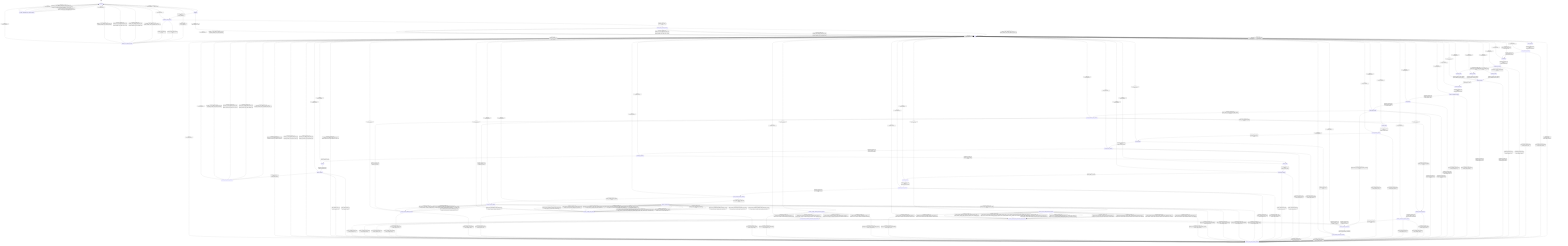
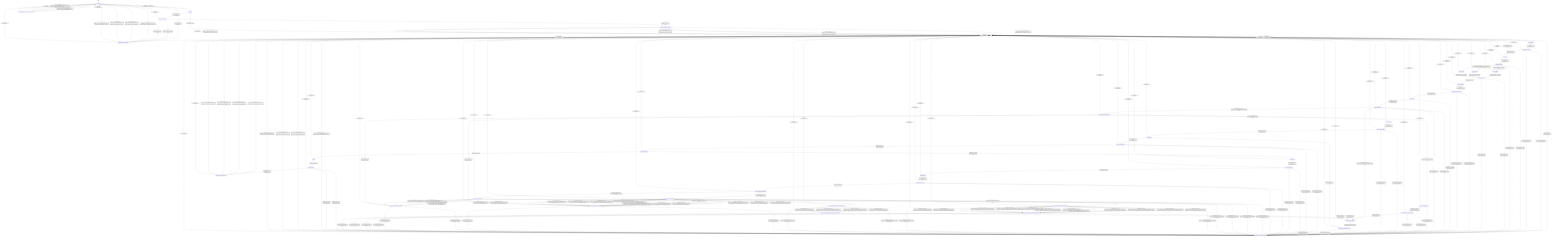
stateDiagram-v2
  direction TB
  [*] --> uninitialized
  uninitialized --> initializing : initialize_run [valid_initialize_] / none
  uninitialized --> initialize_error_channel_decision : initialize_run [invalid_initialize_] / reject_initialize_
  ready --> initializing : initialize_run [valid_initialize_] / none
  ready --> initialize_error_channel_decision : initialize_run [invalid_initialize_] / reject_initialize_
  initializing --> initializer_result_decision : completion_initialize_run_ [always] / request_initializer_
  initializer_result_decision --> initialize_done_channel_decision : completion_initialize_run_ [initialize_result_none_] / none
  initializer_result_decision --> initialize_error_channel_decision : completion_initialize_run_ [initialize_result_invalid_request_] / none
  initializer_result_decision --> initialize_error_channel_decision : completion_initialize_run_ [initialize_result_backend_] / none
  initialize_done_channel_decision --> ready : completion_initialize_run_ [initialize_done_callback_with_error_out_] / dispatch_initialize_done_with_callback_and_error_out_
  initialize_done_channel_decision --> ready : completion_initialize_run_ [initialize_done_callback_without_error_out_] / dispatch_initialize_done_with_callback_only_
  initialize_done_channel_decision --> ready : completion_initialize_run_ [initialize_no_done_callback_with_error_out_] / dispatch_initialize_done_with_error_out_only_
  initialize_done_channel_decision --> ready : completion_initialize_run_ [initialize_no_done_callback_without_error_out_] / dispatch_initialize_done_without_channels_
  initialize_error_channel_decision --> uninitialized : completion_initialize_run_ [initialize_error_callback_with_error_out_] / dispatch_initialize_error_with_callback_and_error_out_
  initialize_error_channel_decision --> uninitialized : completion_initialize_run_ [initialize_error_callback_without_error_out_] / dispatch_initialize_error_with_callback_only_
  initialize_error_channel_decision --> uninitialized : completion_initialize_run_ [initialize_no_error_callback_with_error_out_] / dispatch_initialize_error_with_error_out_only_
  initialize_error_channel_decision --> uninitialized : completion_initialize_run_ [initialize_no_error_callback_without_error_out_] / dispatch_initialize_error_without_channels_
  uninitialized --> generate_uninitialized_error_channel_decision : generate_run [always] / reject_uninitialized_generate_
  ready --> reset_sequence : generate_run [valid_generate_with_reset_] / begin_generate_
  ready --> conditioning : generate_run [valid_generate_without_reset_] / begin_generate_
  ready --> generate_ready_error_channel_decision : generate_run [invalid_generate_] / reject_invalid_generate_
  reset_sequence --> reset_sequence_decision : completion_generate_run_ [always] / request_reset_sequence_
  reset_sequence_decision --> conditioning : completion_generate_run_ [reset_sequence_ok_] / mark_sequence_clear_
  reset_sequence_decision --> generate_ready_error_channel_decision : completion_generate_run_ [reset_sequence_invalid_request_] / mark_invalid_request_
  reset_sequence_decision --> generate_ready_error_channel_decision : completion_generate_run_ [reset_sequence_backend_error_] / mark_backend_error_
  conditioning --> conditioning_decision : completion_generate_run_ [always] / request_conditioning_
  conditioning_decision --> planning_chunk8 : completion_generate_run_ [conditioning_ok_with_chunk8_prefill_] / none
  conditioning_decision --> planning_chunk4 : completion_generate_run_ [conditioning_ok_with_chunk4_prefill_] / none
  conditioning_decision --> planning_scalar : completion_generate_run_ [conditioning_ok_with_scalar_prefill_] / none
  conditioning_decision --> generate_ready_error_channel_decision : completion_generate_run_ [conditioning_invalid_request_] / mark_invalid_request_
  conditioning_decision --> generate_ready_error_channel_decision : completion_generate_run_ [conditioning_backend_error_] / mark_backend_error_
  planning_chunk8 --> planning_decision : completion_generate_run_ [always] / request_planning_with_step_size_8__
  planning_chunk4 --> planning_decision : completion_generate_run_ [always] / request_planning_with_step_size_4__
  planning_scalar --> planning_decision : completion_generate_run_ [always] / request_planning_with_step_size_1__
  planning_decision --> sequence_allocating : completion_generate_run_ [planning_ok_] / none
  planning_decision --> generate_ready_error_channel_decision : completion_generate_run_ [planning_invalid_request_] / mark_invalid_request_
  planning_decision --> generate_ready_error_channel_decision : completion_generate_run_ [planning_backend_error_] / mark_backend_error_
  sequence_allocating --> sequence_allocating_decision : completion_generate_run_ [always] / request_allocate_sequence_
  sequence_allocating_decision --> prefill_running : completion_generate_run_ [allocate_sequence_ok_] / mark_sequence_live_
  sequence_allocating_decision --> generate_ready_error_channel_decision : completion_generate_run_ [allocate_sequence_invalid_request_] / mark_invalid_request_
  sequence_allocating_decision --> generate_ready_error_channel_decision : completion_generate_run_ [allocate_sequence_backend_error_] / mark_backend_error_
  prefill_running --> prefill_result_decision : completion_generate_run_ [prefill_dispatch_available_] / request_prefill_
  prefill_running --> generate_ready_error_channel_decision : completion_generate_run_ [prefill_dispatch_unavailable_] / mark_backend_error_
  prefill_result_decision --> decode_selection_mode_decision : completion_generate_run_ [prefill_result_ok_with_materialized_logits_contract_] / none
  prefill_result_decision --> decode_sample_preselected : completion_generate_run_ [prefill_result_ok_with_preselected_argmax_contract_] / none
  prefill_result_decision --> generate_ready_error_channel_decision : completion_generate_run_ [prefill_result_invalid_request_] / none
  prefill_result_decision --> generate_ready_error_channel_decision : completion_generate_run_ [prefill_result_backend_error_] / none
  decode_selection_mode_decision --> decode_sample : completion_generate_run_ [decode_uses_materialized_logits_] / none
  decode_selection_mode_decision --> decode_preselected_argmax : completion_generate_run_ [decode_uses_preselected_argmax_] / none
  decode_sample --> decode_sample_decision : completion_generate_run_ [always] / request_decode_sample_
  decode_preselected_argmax --> decode_preselected_argmax_decision : completion_generate_run_ [decode_argmax_ready_] / request_decode_select_argmax_
  decode_preselected_argmax --> generate_ready_error_channel_decision : completion_generate_run_ [decode_argmax_invalid_request_] / mark_invalid_request_
  decode_preselected_argmax_decision --> decode_sample_preselected : completion_generate_run_ [decode_sample_ok_] / none
  decode_preselected_argmax_decision --> generate_ready_error_channel_decision : completion_generate_run_ [decode_sample_invalid_request_] / mark_invalid_request_
  decode_preselected_argmax_decision --> generate_ready_error_channel_decision : completion_generate_run_ [decode_sample_backend_error_] / mark_backend_error_
  decode_sample_preselected --> decode_sample_preselected_decision : completion_generate_run_ [always] / request_decode_sample_preselected_
  decode_sample_decision --> decode_render : completion_generate_run_ [decode_sample_ok_] / none
  decode_sample_preselected_decision --> decode_render : completion_generate_run_ [decode_sample_ok_] / none
  decode_sample_decision --> generate_ready_error_channel_decision : completion_generate_run_ [decode_sample_invalid_request_] / mark_invalid_request_
  decode_sample_decision --> generate_ready_error_channel_decision : completion_generate_run_ [decode_sample_backend_error_] / mark_backend_error_
  decode_sample_preselected_decision --> generate_ready_error_channel_decision : completion_generate_run_ [decode_sample_invalid_request_] / mark_invalid_request_
  decode_sample_preselected_decision --> generate_ready_error_channel_decision : completion_generate_run_ [decode_sample_backend_error_] / mark_backend_error_
  decode_render --> decode_render_decision : completion_generate_run_ [always] / request_decode_render_
  decode_render_decision --> decode_loop_decision : completion_generate_run_ [decode_render_ok_] / commit_render_output_
  decode_render_decision --> generate_ready_error_channel_decision : completion_generate_run_ [decode_render_invalid_request_] / mark_invalid_request_
  decode_render_decision --> generate_ready_error_channel_decision : completion_generate_run_ [decode_render_backend_error_] / mark_backend_error_
  decode_loop_decision --> decode_slots : completion_generate_run_ [decode_should_continue_] / none
  decode_loop_decision --> flushing : completion_generate_run_ [decode_complete_] / none
  decode_slots --> decode_slots_decision : completion_generate_run_ [always] / request_decode_slots_
  decode_slots_decision --> snapshot_decode : completion_generate_run_ [decode_slots_ok_] / none
  decode_slots_decision --> generate_ready_error_channel_decision : completion_generate_run_ [decode_slots_invalid_request_] / mark_invalid_request_
  decode_slots_decision --> generate_ready_error_channel_decision : completion_generate_run_ [decode_slots_backend_error_] / mark_backend_error_
  snapshot_decode --> snapshot_decode_decision : completion_generate_run_ [always] / request_memory_snapshot_
  snapshot_decode_decision --> decode_compute_runtime_decision : completion_generate_run_ [decode_snapshot_ok_] / none
  snapshot_decode_decision --> generate_ready_error_channel_decision : completion_generate_run_ [decode_snapshot_invalid_request_] / mark_invalid_request_
  snapshot_decode_decision --> generate_ready_error_channel_decision : completion_generate_run_ [decode_snapshot_backend_error_] / mark_backend_error_
  decode_compute_runtime_decision --> decode_compute_flash : completion_generate_run_ [decode_flash_runtime_supported_] / none
  decode_compute_runtime_decision --> decode_compute_nonflash : completion_generate_run_ [decode_nonflash_runtime_required_] / none
  decode_compute_flash --> generate_ready_error_channel_decision : completion_generate_run_ [guard_decode_compute_invalid_request_] / mark_invalid_request_
  decode_compute_flash --> generate_ready_error_channel_decision : completion_generate_run_ [guard_decode_compute_backend_unavailable_] / mark_backend_error_
  decode_compute_flash --> decode_compute_flash_preselected_argmax : completion_generate_run_ [guard_decode_preselected_direct_ready_] / none
+   decode_compute_flash --> decode_compute_flash_decision : completion_generate_run_ [guard_decode_materialized_streamed_scalar_packed_q8_0_ready_] / request_decode_compute_flash_packed_q8_0_streamed_
+   decode_compute_flash --> decode_compute_flash_decision : completion_generate_run_ [guard_decode_materialized_streamed_scalar_q8_k_ready_] / request_decode_compute_flash_q8_k_streamed_
  decode_compute_flash --> decode_compute_flash_decision : completion_generate_run_ [guard_decode_materialized_parallel_scalar_packed_q8_0_ready_] / request_decode_compute_flash_parallel_packed_q8_0_
  decode_compute_flash --> decode_compute_flash_decision : completion_generate_run_ [guard_decode_materialized_scalar_packed_q8_0_ready_] / request_decode_compute_flash_packed_q8_0_
  decode_compute_flash --> decode_compute_flash_decision : completion_generate_run_ [guard_decode_materialized_parallel_scalar_q8_k_ready_] / request_decode_compute_flash_parallel_q8_k_
  decode_compute_flash --> decode_compute_flash_decision : completion_generate_run_ [guard_decode_materialized_scalar_q8_k_ready_] / request_decode_compute_flash_q8_k_
  decode_compute_flash --> decode_compute_flash_decision : completion_generate_run_ [guard_decode_materialized_streamed_scalar_native_quantized_q8_k_ready_] / request_decode_compute_flash_native_quantized_q8_k_logits_streamed_
  decode_compute_flash --> decode_compute_flash_decision : completion_generate_run_ [guard_decode_materialized_parallel_scalar_native_quantized_q8_k_ready_] / request_decode_compute_flash_parallel_native_quantized_q8_k_logits_
  decode_compute_flash --> decode_compute_flash_decision : completion_generate_run_ [guard_decode_materialized_scalar_native_quantized_q8_k_ready_] / request_decode_compute_flash_native_quantized_q8_k_logits_
  decode_compute_flash --> decode_compute_flash_decision : completion_generate_run_ [guard_decode_materialized_streamed_scalar_native_quantized_ready_] / request_decode_compute_flash_native_quantized_streamed_
  decode_compute_flash --> decode_compute_flash_decision : completion_generate_run_ [guard_decode_materialized_parallel_scalar_native_quantized_kernel_ready_] / request_decode_compute_flash_parallel_native_quantized_
  decode_compute_flash --> decode_compute_flash_decision : completion_generate_run_ [guard_decode_materialized_scalar_native_quantized_kernel_ready_] / request_decode_compute_flash_native_quantized_
  decode_compute_flash --> decode_compute_flash_decision : completion_generate_run_ [guard_decode_materialized_streamed_scalar_kernel_ready_] / request_decode_compute_flash_kernel_streamed_
  decode_compute_flash --> decode_compute_flash_decision : completion_generate_run_ [guard_decode_materialized_parallel_scalar_kernel_ready_] / request_decode_compute_flash_parallel_kernel_
  decode_compute_flash --> decode_compute_flash_decision : completion_generate_run_ [guard_decode_materialized_scalar_kernel_ready_] / request_decode_compute_flash_kernel_
  decode_compute_nonflash --> generate_ready_error_channel_decision : completion_generate_run_ [guard_decode_compute_invalid_request_] / mark_invalid_request_
  decode_compute_nonflash --> generate_ready_error_channel_decision : completion_generate_run_ [guard_decode_compute_backend_unavailable_] / mark_backend_error_
  decode_compute_nonflash --> decode_compute_nonflash_preselected_argmax : completion_generate_run_ [guard_decode_preselected_direct_ready_] / none
  decode_compute_nonflash --> decode_compute_nonflash_decision : completion_generate_run_ [guard_decode_materialized_scalar_packed_q8_0_ready_] / request_decode_compute_nonflash_packed_q8_0_
  decode_compute_nonflash --> decode_compute_nonflash_decision : completion_generate_run_ [guard_decode_materialized_scalar_q8_k_ready_] / request_decode_compute_nonflash_q8_k_
  decode_compute_nonflash --> decode_compute_nonflash_decision : completion_generate_run_ [guard_decode_materialized_scalar_native_quantized_q8_k_ready_] / request_decode_compute_nonflash_native_quantized_q8_k_logits_
  decode_compute_nonflash --> decode_compute_nonflash_decision : completion_generate_run_ [guard_decode_materialized_scalar_native_quantized_kernel_ready_] / request_decode_compute_nonflash_native_quantized_
  decode_compute_nonflash --> decode_compute_nonflash_decision : completion_generate_run_ [guard_decode_materialized_scalar_kernel_ready_] / request_decode_compute_nonflash_kernel_
  decode_compute_flash_preselected_argmax --> generate_ready_error_channel_decision : completion_generate_run_ [guard_decode_preselected_compute_invalid_request_] / mark_invalid_request_
  decode_compute_flash_preselected_argmax --> generate_ready_error_channel_decision : completion_generate_run_ [guard_decode_compute_backend_unavailable_] / mark_backend_error_
  decode_compute_flash_preselected_argmax --> decode_compute_flash_preselected_argmax_decision : completion_generate_run_ [guard_decode_preselected_argmax_q8_k_streamed_ready_] / request_decode_compute_flash_preselected_argmax_q8_k_streamed_
  decode_compute_flash_preselected_argmax --> decode_compute_flash_preselected_argmax_decision : completion_generate_run_ [guard_decode_preselected_argmax_native_quantized_q8_k_streamed_ready_] / request_decode_compute_flash_preselected_argmax_native_quantized_q8_k_streamed_
  decode_compute_flash_preselected_argmax --> decode_compute_flash_preselected_argmax_decision : completion_generate_run_ [guard_decode_preselected_argmax_native_quantized_kernel_streamed_ready_] / request_decode_compute_flash_preselected_argmax_native_quantized_kernel_streamed_
  decode_compute_flash_preselected_argmax --> decode_compute_flash_preselected_argmax_decision : completion_generate_run_ [guard_decode_preselected_argmax_kernel_streamed_ready_] / request_decode_compute_flash_preselected_argmax_kernel_streamed_
  decode_compute_flash_preselected_argmax --> decode_compute_flash_preselected_argmax_decision : completion_generate_run_ [guard_decode_preselected_parallel_argmax_q8_k_ready_] / request_decode_compute_flash_parallel_preselected_argmax_q8_k_
  decode_compute_flash_preselected_argmax --> decode_compute_flash_preselected_argmax_decision : completion_generate_run_ [guard_decode_preselected_argmax_q8_k_ready_] / request_decode_compute_flash_preselected_argmax_q8_k_
  decode_compute_flash_preselected_argmax --> decode_compute_flash_preselected_argmax_decision : completion_generate_run_ [guard_decode_preselected_parallel_argmax_native_quantized_q8_k_ready_] / request_decode_compute_flash_parallel_preselected_argmax_native_quantized_q8_k_
  decode_compute_flash_preselected_argmax --> decode_compute_flash_preselected_argmax_decision : completion_generate_run_ [guard_decode_preselected_argmax_native_quantized_q8_k_ready_] / request_decode_compute_flash_preselected_argmax_native_quantized_q8_k_
  decode_compute_flash_preselected_argmax --> decode_compute_flash_preselected_argmax_decision : completion_generate_run_ [guard_decode_preselected_parallel_argmax_native_quantized_kernel_ready_] / request_decode_compute_flash_parallel_preselected_argmax_native_quantized_kernel_
  decode_compute_flash_preselected_argmax --> decode_compute_flash_preselected_argmax_decision : completion_generate_run_ [guard_decode_preselected_argmax_native_quantized_kernel_ready_] / request_decode_compute_flash_preselected_argmax_native_quantized_kernel_
  decode_compute_flash_preselected_argmax --> decode_compute_flash_preselected_argmax_decision : completion_generate_run_ [guard_decode_preselected_parallel_argmax_kernel_ready_] / request_decode_compute_flash_parallel_preselected_argmax_kernel_
  decode_compute_flash_preselected_argmax --> decode_compute_flash_preselected_argmax_decision : completion_generate_run_ [guard_decode_preselected_argmax_kernel_ready_] / request_decode_compute_flash_preselected_argmax_kernel_
  decode_compute_nonflash_preselected_argmax --> generate_ready_error_channel_decision : completion_generate_run_ [guard_decode_preselected_compute_invalid_request_] / mark_invalid_request_
  decode_compute_nonflash_preselected_argmax --> generate_ready_error_channel_decision : completion_generate_run_ [guard_decode_compute_backend_unavailable_] / mark_backend_error_
  decode_compute_nonflash_preselected_argmax --> decode_compute_nonflash_preselected_argmax_decision : completion_generate_run_ [guard_decode_preselected_argmax_q8_k_ready_] / request_decode_compute_nonflash_preselected_argmax_q8_k_
  decode_compute_nonflash_preselected_argmax --> decode_compute_nonflash_preselected_argmax_decision : completion_generate_run_ [guard_decode_preselected_argmax_native_quantized_q8_k_ready_] / request_decode_compute_nonflash_preselected_argmax_native_quantized_q8_k_
  decode_compute_nonflash_preselected_argmax --> decode_compute_nonflash_preselected_argmax_decision : completion_generate_run_ [guard_decode_preselected_argmax_native_quantized_kernel_ready_] / request_decode_compute_nonflash_preselected_argmax_native_quantized_kernel_
  decode_compute_nonflash_preselected_argmax --> decode_compute_nonflash_preselected_argmax_decision : completion_generate_run_ [guard_decode_preselected_argmax_kernel_ready_] / request_decode_compute_nonflash_preselected_argmax_kernel_
  decode_compute_flash_decision --> decode_selection_mode_decision : completion_generate_run_ [decode_compute_ok_] / advance_kv_cache_
  decode_compute_nonflash_decision --> decode_selection_mode_decision : completion_generate_run_ [decode_compute_ok_] / advance_kv_cache_
  decode_compute_flash_preselected_argmax_decision --> decode_sample_preselected : completion_generate_run_ [decode_compute_ok_] / advance_kv_cache_
  decode_compute_nonflash_preselected_argmax_decision --> decode_sample_preselected : completion_generate_run_ [decode_compute_ok_] / advance_kv_cache_
  decode_compute_flash_decision --> generate_ready_error_channel_decision : completion_generate_run_ [decode_compute_invalid_request_] / mark_invalid_request_
  decode_compute_flash_decision --> generate_ready_error_channel_decision : completion_generate_run_ [decode_compute_backend_error_] / mark_backend_error_
  decode_compute_nonflash_decision --> generate_ready_error_channel_decision : completion_generate_run_ [decode_compute_invalid_request_] / mark_invalid_request_
  decode_compute_nonflash_decision --> generate_ready_error_channel_decision : completion_generate_run_ [decode_compute_backend_error_] / mark_backend_error_
  decode_compute_flash_preselected_argmax_decision --> generate_ready_error_channel_decision : completion_generate_run_ [decode_compute_invalid_request_] / mark_invalid_request_
  decode_compute_flash_preselected_argmax_decision --> generate_ready_error_channel_decision : completion_generate_run_ [decode_compute_backend_error_] / mark_backend_error_
  decode_compute_nonflash_preselected_argmax_decision --> generate_ready_error_channel_decision : completion_generate_run_ [decode_compute_invalid_request_] / mark_invalid_request_
  decode_compute_nonflash_preselected_argmax_decision --> generate_ready_error_channel_decision : completion_generate_run_ [decode_compute_backend_error_] / mark_backend_error_
  flushing --> flushing_decision : completion_generate_run_ [always] / request_flush_
  flushing_decision --> generate_done_channel_decision : completion_generate_run_ [flush_ok_] / commit_flush_output_
  flushing_decision --> generate_ready_error_channel_decision : completion_generate_run_ [flush_invalid_request_] / mark_invalid_request_
  flushing_decision --> generate_ready_error_channel_decision : completion_generate_run_ [flush_backend_error_] / mark_backend_error_
  generate_done_channel_decision --> ready : completion_generate_run_ [generate_done_callback_with_error_out_] / dispatch_generate_done_with_callback_and_error_out_
  generate_done_channel_decision --> ready : completion_generate_run_ [generate_done_callback_without_error_out_] / dispatch_generate_done_with_callback_only_
  generate_done_channel_decision --> ready : completion_generate_run_ [generate_no_done_callback_with_error_out_] / dispatch_generate_done_with_error_out_only_
  generate_done_channel_decision --> ready : completion_generate_run_ [generate_no_done_callback_without_error_out_] / dispatch_generate_done_without_channels_
  generate_ready_error_channel_decision --> ready : completion_generate_run_ [generate_error_callback_with_error_out_] / dispatch_generate_error_with_callback_and_error_out_
  generate_ready_error_channel_decision --> ready : completion_generate_run_ [generate_error_callback_without_error_out_] / dispatch_generate_error_with_callback_only_
  generate_ready_error_channel_decision --> ready : completion_generate_run_ [generate_no_error_callback_with_error_out_] / dispatch_generate_error_with_error_out_only_
  generate_ready_error_channel_decision --> ready : completion_generate_run_ [generate_no_error_callback_without_error_out_] / dispatch_generate_error_without_channels_
  generate_uninitialized_error_channel_decision --> uninitialized : completion_generate_run_ [generate_error_callback_with_error_out_] / dispatch_generate_error_with_callback_and_error_out_
  generate_uninitialized_error_channel_decision --> uninitialized : completion_generate_run_ [generate_error_callback_without_error_out_] / dispatch_generate_error_with_callback_only_
  generate_uninitialized_error_channel_decision --> uninitialized : completion_generate_run_ [generate_no_error_callback_with_error_out_] / dispatch_generate_error_with_error_out_only_
  generate_uninitialized_error_channel_decision --> uninitialized : completion_generate_run_ [generate_no_error_callback_without_error_out_] / dispatch_generate_error_without_channels_
  uninitialized --> uninitialized : capture_diagnostics [always] / capture_diagnostics_
  ready --> ready : capture_diagnostics [always] / capture_diagnostics_
  uninitialized --> uninitialized : capture_graph_lifecycle [graph_lifecycle_runtime_tensor_unavailable_] / capture_graph_lifecycle_without_runtime_tensor_
  uninitialized --> uninitialized : capture_graph_lifecycle [graph_lifecycle_runtime_tensor_available_] / capture_graph_lifecycle_with_runtime_tensor_
  ready --> ready : capture_graph_lifecycle [graph_lifecycle_runtime_tensor_unavailable_] / capture_graph_lifecycle_without_runtime_tensor_
  ready --> ready : capture_graph_lifecycle [graph_lifecycle_runtime_tensor_available_] / capture_graph_lifecycle_with_runtime_tensor_
  uninitialized --> uninitialized : _ [always] / on_unexpected_
  ready --> ready : _ [always] / on_unexpected_
  initializing --> uninitialized : _ [always] / on_unexpected_
  initializer_result_decision --> uninitialized : _ [always] / on_unexpected_
  initialize_done_channel_decision --> ready : _ [always] / on_unexpected_
  initialize_error_channel_decision --> uninitialized : _ [always] / on_unexpected_
  reset_sequence --> ready : _ [always] / on_unexpected_
  reset_sequence_decision --> ready : _ [always] / on_unexpected_
  conditioning --> ready : _ [always] / on_unexpected_
  conditioning_decision --> ready : _ [always] / on_unexpected_
  planning_chunk8 --> ready : _ [always] / on_unexpected_
  planning_chunk4 --> ready : _ [always] / on_unexpected_
  planning_scalar --> ready : _ [always] / on_unexpected_
  planning_decision --> ready : _ [always] / on_unexpected_
  sequence_allocating --> ready : _ [always] / on_unexpected_
  sequence_allocating_decision --> ready : _ [always] / on_unexpected_
  prefill_running --> ready : _ [always] / on_unexpected_
  prefill_result_decision --> ready : _ [always] / on_unexpected_
  decode_selection_mode_decision --> ready : _ [always] / on_unexpected_
  decode_slots --> ready : _ [always] / on_unexpected_
  decode_slots_decision --> ready : _ [always] / on_unexpected_
  snapshot_decode --> ready : _ [always] / on_unexpected_
  snapshot_decode_decision --> ready : _ [always] / on_unexpected_
  decode_compute_runtime_decision --> ready : _ [always] / on_unexpected_
  decode_compute_flash --> ready : _ [always] / on_unexpected_
  decode_compute_flash_preselected_argmax --> ready : _ [always] / on_unexpected_
  decode_compute_flash_preselected_argmax_decision --> ready : _ [always] / on_unexpected_
  decode_compute_flash_decision --> ready : _ [always] / on_unexpected_
  decode_compute_nonflash --> ready : _ [always] / on_unexpected_
  decode_compute_nonflash_preselected_argmax --> ready : _ [always] / on_unexpected_
  decode_compute_nonflash_preselected_argmax_decision --> ready : _ [always] / on_unexpected_
  decode_compute_nonflash_decision --> ready : _ [always] / on_unexpected_
  decode_sample --> ready : _ [always] / on_unexpected_
  decode_sample_decision --> ready : _ [always] / on_unexpected_
  decode_preselected_argmax --> ready : _ [always] / on_unexpected_
  decode_preselected_argmax_decision --> ready : _ [always] / on_unexpected_
  decode_sample_preselected --> ready : _ [always] / on_unexpected_
  decode_sample_preselected_decision --> ready : _ [always] / on_unexpected_
  decode_render --> ready : _ [always] / on_unexpected_
  decode_render_decision --> ready : _ [always] / on_unexpected_
  decode_loop_decision --> ready : _ [always] / on_unexpected_
  flushing --> ready : _ [always] / on_unexpected_
  flushing_decision --> ready : _ [always] / on_unexpected_
  generate_done_channel_decision --> ready : _ [always] / on_unexpected_
  generate_ready_error_channel_decision --> ready : _ [always] / on_unexpected_
  generate_uninitialized_error_channel_decision --> uninitialized : _ [always] / on_unexpected_
